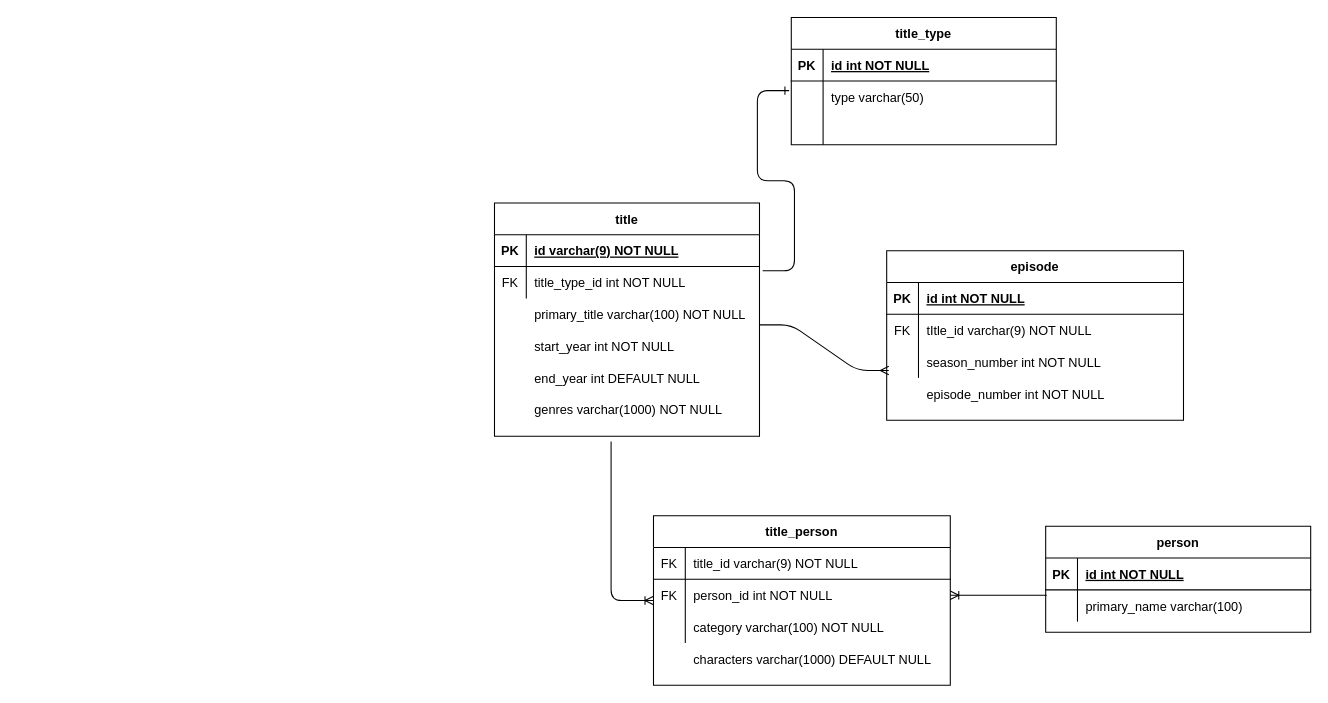
Before: doc/diagrams/Reseña_DER.drawio in nicoruiz/DesApp-Grupo-A-012021-backend, a draw.io diagram. Source tidied: cells renumbered, new cells numbered last; positions are measured from the earlier drawing's top-left corner, leaving out a move shared by most shapes. Both pictures are drawn from the tidied source at 106%, with x=0, y=0 at pixel (494, 17).
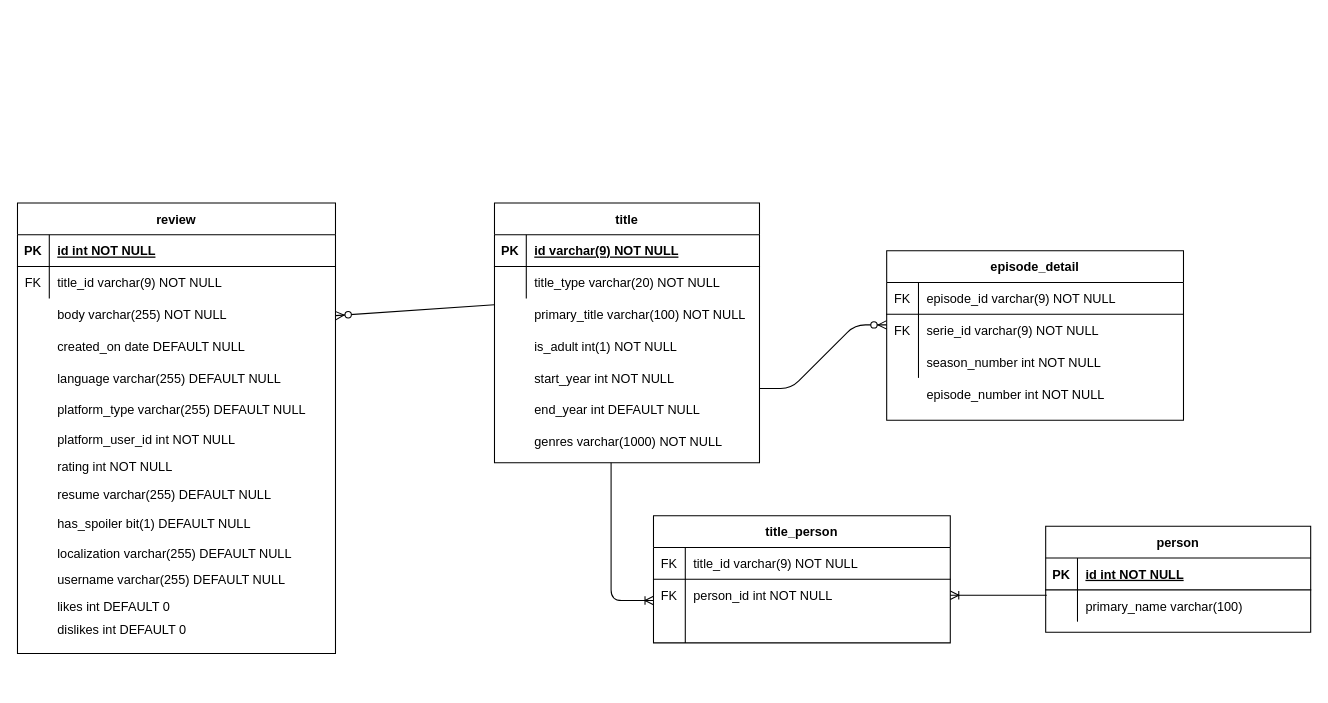
The same page after the edit.

Unchanged cells that the change refers to:
```xml
<mxCell id="23" style="shape=partialRectangle;fillColor=none;points=[[0,0.5],[1,0.5]];portConstraint=eastwest;top=0;left=0;right=0;bottom=0;" parent="19" vertex="1">
  <mxGeometry y="60" width="250" height="30" as="geometry" />
</mxCell>
<mxCell id="39" style="shape=partialRectangle;fillColor=none;top=0;left=0;right=0;bottom=0;" parent="32" vertex="1">
  <mxGeometry y="90" width="280" height="30" as="geometry" />
</mxCell>
<mxCell id="47" style="shape=partialRectangle;fillColor=none;top=0;left=0;right=0;bottom=1;" parent="46" vertex="1">
  <mxGeometry y="30" width="280" height="30" as="geometry" />
</mxCell>
<mxCell id="50" style="shape=partialRectangle;fillColor=none;top=0;left=0;right=0;bottom=0;" parent="46" vertex="1">
  <mxGeometry y="60" width="280" height="30" as="geometry" />
</mxCell>
<mxCell id="53" style="shape=partialRectangle;fillColor=none;points=[[0,0.5],[1,0.5]];portConstraint=eastwest;top=0;left=0;right=0;bottom=0;" parent="46" vertex="1">
  <mxGeometry y="90" width="280" height="30" as="geometry" />
</mxCell>
```

Diff of the diagram source:
```diff
@@
-    <mxCell id="2" value="title_type" style="shape=table;startSize=30;childLayout=tableLayout;rowLines=0;fontStyle=1;align=center;" parent="1" vertex="1">
-      <mxGeometry x="280" width="250" height="120" as="geometry" />
-    </mxCell>
-    <mxCell id="3" style="shape=partialRectangle;fillColor=none;top=0;left=0;right=0;bottom=1;" parent="2" vertex="1">
-      <mxGeometry y="30" width="250" height="30" as="geometry" />
-    </mxCell>
-    <mxCell id="4" value="PK" style="shape=partialRectangle;overflow=hidden;fillColor=none;top=0;left=0;bottom=0;right=0;fontStyle=1;" parent="3" vertex="1">
-      <mxGeometry width="30" height="30" as="geometry" />
-    </mxCell>
-    <mxCell id="5" value="id int NOT NULL" style="shape=partialRectangle;overflow=hidden;fillColor=none;top=0;left=0;bottom=0;right=0;align=left;spacingLeft=6;fontStyle=5;" parent="3" vertex="1">
-      <mxGeometry x="30" width="220" height="30" as="geometry" />
-    </mxCell>
-    <mxCell id="6" style="shape=partialRectangle;fillColor=none;points=[[0,0.5],[1,0.5]];portConstraint=eastwest;top=0;left=0;right=0;bottom=0;" parent="2" vertex="1">
-      <mxGeometry y="60" width="250" height="30" as="geometry" />
-    </mxCell>
-    <mxCell id="7" style="shape=partialRectangle;overflow=hidden;fillColor=none;top=0;left=0;bottom=0;right=0;" parent="6" vertex="1">
-      <mxGeometry width="30" height="30" as="geometry" />
-    </mxCell>
-    <mxCell id="8" value="type varchar(50)" style="shape=partialRectangle;overflow=hidden;fillColor=none;top=0;left=0;bottom=0;right=0;align=left;spacingLeft=6;" parent="6" vertex="1">
-      <mxGeometry x="30" width="220" height="30" as="geometry" />
-    </mxCell>
-    <mxCell id="9" style="shape=partialRectangle;fillColor=none;top=0;left=0;right=0;bottom=0;" parent="2" vertex="1">
-      <mxGeometry y="90" width="250" height="30" as="geometry" />
-    </mxCell>
-    <mxCell id="10" style="shape=partialRectangle;overflow=hidden;fillColor=none;top=0;left=0;bottom=0;right=0;" parent="9" vertex="1">
-      <mxGeometry width="30" height="30" as="geometry" />
-    </mxCell>
-    <mxCell id="11" style="shape=partialRectangle;overflow=hidden;fillColor=none;top=0;left=0;bottom=0;right=0;align=left;spacingLeft=6;" parent="9" vertex="1">
-      <mxGeometry x="30" width="220" height="30" as="geometry" />
-    </mxCell>
@@
     <mxCell id="19" value="title" style="shape=table;startSize=30;childLayout=tableLayout;rowLines=0;fontStyle=1;align=center;" parent="1" vertex="1">
-      <mxGeometry y="175" width="250" height="220" as="geometry" />
+      <mxGeometry y="175" width="250" height="245" as="geometry" />
     </mxCell>
@@
-    <mxCell id="25" value="title_type_id int NOT NULL" style="shape=partialRectangle;overflow=hidden;fillColor=none;top=0;left=0;bottom=0;right=0;align=left;spacingLeft=6;" parent="23" vertex="1">
+    <mxCell id="25" value="title_type varchar(20) NOT NULL" style="shape=partialRectangle;overflow=hidden;fillColor=none;top=0;left=0;bottom=0;right=0;align=left;spacingLeft=6;" parent="23" vertex="1">
       <mxGeometry x="30" width="220" height="30" as="geometry" />
     </mxCell>
@@
     <mxCell id="27" value="start_year int NOT NULL" style="shape=partialRectangle;overflow=hidden;fillColor=none;top=0;left=0;bottom=0;right=0;align=left;spacingLeft=6;" parent="1" vertex="1">
-      <mxGeometry x="30" y="295" width="220" height="30" as="geometry" />
+      <mxGeometry x="30" y="325" width="220" height="30" as="geometry" />
     </mxCell>
     <mxCell id="28" value="end_year int DEFAULT NULL" style="shape=partialRectangle;overflow=hidden;fillColor=none;top=0;left=0;bottom=0;right=0;align=left;spacingLeft=6;" parent="1" vertex="1">
-      <mxGeometry x="30" y="325" width="220" height="30" as="geometry" />
+      <mxGeometry x="30" y="355" width="220" height="30" as="geometry" />
     </mxCell>
     <mxCell id="29" value="genres varchar(1000) NOT NULL" style="shape=partialRectangle;overflow=hidden;fillColor=none;top=0;left=0;bottom=0;right=0;align=left;spacingLeft=6;" parent="1" vertex="1">
-      <mxGeometry x="30" y="355" width="220" height="30" as="geometry" />
+      <mxGeometry x="30" y="385" width="220" height="30" as="geometry" />
     </mxCell>
-    <mxCell id="30" value="FK" style="shape=partialRectangle;overflow=hidden;fillColor=none;top=0;left=0;bottom=0;right=0;fontStyle=0;" parent="1" vertex="1">
-      <mxGeometry y="235" width="30" height="30" as="geometry" />
-    </mxCell>
-    <mxCell id="31" style="edgeStyle=entityRelationEdgeStyle;fontSize=12;html=1;endArrow=ERone;endFill=1;entryX=-0.008;entryY=0.3;entryDx=0;entryDy=0;entryPerimeter=0;exitX=1.012;exitY=0.133;exitDx=0;exitDy=0;exitPerimeter=0;" parent="1" edge="1" source="23" target="6">
-      <mxGeometry relative="1" as="geometry" />
-    </mxCell>
     <mxCell id="32" value="title_person" style="shape=table;startSize=30;childLayout=tableLayout;rowLines=0;fontStyle=1;align=center;" parent="1" vertex="1">
-      <mxGeometry x="150" y="470" width="280" height="160" as="geometry" />
+      <mxGeometry x="150" y="470" width="280" height="120" as="geometry" />
     </mxCell>
@@
-    <mxCell id="41" value="category varchar(100) NOT NULL" style="shape=partialRectangle;overflow=hidden;fillColor=none;top=0;left=0;bottom=0;right=0;align=left;spacingLeft=6;" parent="39" vertex="1">
+    <mxCell id="41" style="shape=partialRectangle;overflow=hidden;fillColor=none;top=0;left=0;bottom=0;right=0;align=left;spacingLeft=6;" parent="39" vertex="1">
       <mxGeometry x="30" width="250" height="30" as="geometry" />
     </mxCell>
@@
     <mxCell id="43" style="fontSize=12;html=1;endArrow=ERoneToMany;edgeStyle=orthogonalEdgeStyle;" parent="1" edge="1">
       <mxGeometry relative="1" as="geometry">
-        <mxPoint x="110" y="400" as="sourcePoint" />
+        <mxPoint x="110" y="420" as="sourcePoint" />
         <mxPoint x="150" y="550" as="targetPoint" />
         <Array as="points">
           <mxPoint x="110" y="470" />
           <mxPoint x="110" y="470" />
         </Array>
       </mxGeometry>
     </mxCell>
@@
-    <mxCell id="45" value="characters varchar(1000) DEFAULT NULL" style="shape=partialRectangle;overflow=hidden;fillColor=none;top=0;left=0;bottom=0;right=0;align=left;spacingLeft=6;" parent="1" vertex="1">
-      <mxGeometry x="180" y="590" width="250" height="30" as="geometry" />
-    </mxCell>
-    <mxCell id="46" value="episode" style="shape=table;startSize=30;childLayout=tableLayout;rowLines=0;fontStyle=1;align=center;" parent="1" vertex="1">
+    <mxCell id="46" value="episode_detail" style="shape=table;startSize=30;childLayout=tableLayout;rowLines=0;fontStyle=1;align=center;" parent="1" vertex="1">
       <mxGeometry x="370" y="220" width="280" height="160" as="geometry" />
     </mxCell>
@@
-    <mxCell id="48" value="PK" style="shape=partialRectangle;overflow=hidden;fillColor=none;top=0;left=0;bottom=0;right=0;fontStyle=1;" parent="47" vertex="1">
+    <mxCell id="48" style="shape=partialRectangle;overflow=hidden;fillColor=none;top=0;left=0;bottom=0;right=0;fontStyle=1;" parent="47" vertex="1">
       <mxGeometry width="30" height="30" as="geometry" />
     </mxCell>
-    <mxCell id="49" value="id int NOT NULL" style="shape=partialRectangle;overflow=hidden;fillColor=none;top=0;left=0;bottom=0;right=0;align=left;spacingLeft=6;fontStyle=5;" parent="47" vertex="1">
+    <mxCell id="49" style="shape=partialRectangle;overflow=hidden;fillColor=none;top=0;left=0;bottom=0;right=0;align=left;spacingLeft=6;fontStyle=5;" parent="47" vertex="1">
       <mxGeometry x="30" width="250" height="30" as="geometry" />
     </mxCell>
@@
-    <mxCell id="52" value="tItle_id varchar(9) NOT NULL" style="shape=partialRectangle;overflow=hidden;fillColor=none;top=0;left=0;bottom=0;right=0;align=left;spacingLeft=6;" parent="50" vertex="1">
+    <mxCell id="52" value="serie_id varchar(9) NOT NULL" style="shape=partialRectangle;overflow=hidden;fillColor=none;top=0;left=0;bottom=0;right=0;align=left;spacingLeft=6;" parent="50" vertex="1">
       <mxGeometry x="30" width="250" height="30" as="geometry" />
     </mxCell>
@@
-    <mxCell id="58" style="edgeStyle=entityRelationEdgeStyle;fontSize=12;html=1;endArrow=ERmany;entryX=0.007;entryY=0.767;entryDx=0;entryDy=0;entryPerimeter=0;" parent="1" edge="1" target="53">
-      <mxGeometry relative="1" as="geometry">
-        <mxPoint x="250" y="290" as="sourcePoint" />
-      </mxGeometry>
-    </mxCell>
+    <mxCell id="59" value="is_adult int(1) NOT NULL" style="shape=partialRectangle;overflow=hidden;fillColor=none;top=0;left=0;bottom=0;right=0;align=left;spacingLeft=6;" parent="1" vertex="1">
+      <mxGeometry x="30" y="295" width="220" height="30" as="geometry" />
+    </mxCell>
+    <mxCell id="60" value="FK" style="shape=partialRectangle;overflow=hidden;fillColor=none;top=0;left=0;bottom=0;right=0;fontStyle=0;" parent="1" vertex="1">
+      <mxGeometry x="370" y="250" width="30" height="30" as="geometry" />
+    </mxCell>
+    <mxCell id="61" value="episode_id varchar(9) NOT NULL" style="shape=partialRectangle;overflow=hidden;fillColor=none;top=0;left=0;bottom=0;right=0;align=left;spacingLeft=6;" parent="1" vertex="1">
+      <mxGeometry x="400" y="250" width="250" height="30" as="geometry" />
+    </mxCell>
+    <mxCell id="62" style="edgeStyle=entityRelationEdgeStyle;fontSize=12;html=1;endArrow=ERzeroToMany;endFill=1;" parent="1" edge="1">
+      <mxGeometry relative="1" as="geometry">
+        <mxPoint x="250" y="350" as="sourcePoint" />
+        <mxPoint x="370" y="290" as="targetPoint" />
+      </mxGeometry>
+    </mxCell>
+    <mxCell id="63" value="body varchar(255) NOT NULL" style="shape=partialRectangle;overflow=hidden;fillColor=none;top=0;left=0;bottom=0;right=0;align=left;spacingLeft=6;" parent="1" vertex="1">
+      <mxGeometry x="-420" y="265" width="220" height="30" as="geometry" />
+    </mxCell>
+    <mxCell id="64" value="FK" style="shape=partialRectangle;overflow=hidden;fillColor=none;top=0;left=0;bottom=0;right=0;fontStyle=0;" parent="1" vertex="1">
+      <mxGeometry x="-450" y="235" width="30" height="30" as="geometry" />
+    </mxCell>
+    <mxCell id="65" value="created_on date DEFAULT NULL" style="shape=partialRectangle;overflow=hidden;fillColor=none;top=0;left=0;bottom=0;right=0;align=left;spacingLeft=6;" parent="1" vertex="1">
+      <mxGeometry x="-420" y="295" width="220" height="30" as="geometry" />
+    </mxCell>
+    <mxCell id="66" value="language varchar(255) DEFAULT NULL" style="shape=partialRectangle;overflow=hidden;fillColor=none;top=0;left=0;bottom=0;right=0;align=left;spacingLeft=6;" parent="1" vertex="1">
+      <mxGeometry x="-420" y="325" width="220" height="30" as="geometry" />
+    </mxCell>
+    <mxCell id="67" value="platform_type varchar(255) DEFAULT NULL" style="shape=partialRectangle;overflow=hidden;fillColor=none;top=0;left=0;bottom=0;right=0;align=left;spacingLeft=6;" parent="1" vertex="1">
+      <mxGeometry x="-420" y="355" width="260" height="30" as="geometry" />
+    </mxCell>
+    <mxCell id="68" value="platform_user_id int NOT NULL" style="shape=partialRectangle;overflow=hidden;fillColor=none;top=0;left=0;bottom=0;right=0;align=left;spacingLeft=6;" parent="1" vertex="1">
+      <mxGeometry x="-420" y="388" width="270" height="20" as="geometry" />
+    </mxCell>
+    <mxCell id="69" value="rating int NOT NULL" style="shape=partialRectangle;overflow=hidden;fillColor=none;top=0;left=0;bottom=0;right=0;align=left;spacingLeft=6;" parent="1" vertex="1">
+      <mxGeometry x="-420" y="408" width="270" height="30" as="geometry" />
+    </mxCell>
+    <mxCell id="70" value="resume varchar(255) DEFAULT NULL" style="shape=partialRectangle;overflow=hidden;fillColor=none;top=0;left=0;bottom=0;right=0;align=left;spacingLeft=6;" parent="1" vertex="1">
+      <mxGeometry x="-420" y="435" width="270" height="30" as="geometry" />
+    </mxCell>
+    <mxCell id="71" value="has_spoiler bit(1) DEFAULT NULL" style="shape=partialRectangle;overflow=hidden;fillColor=none;top=0;left=0;bottom=0;right=0;align=left;spacingLeft=6;" parent="1" vertex="1">
+      <mxGeometry x="-420" y="462" width="270" height="30" as="geometry" />
+    </mxCell>
+    <mxCell id="72" value="review" style="shape=table;startSize=30;childLayout=tableLayout;rowLines=0;fontStyle=1;align=center;" parent="1" vertex="1">
+      <mxGeometry x="-450" y="175" width="300" height="425" as="geometry" />
+    </mxCell>
+    <mxCell id="73" style="shape=partialRectangle;fillColor=none;top=0;left=0;right=0;bottom=1;" parent="72" vertex="1">
+      <mxGeometry y="30" width="300" height="30" as="geometry" />
+    </mxCell>
+    <mxCell id="4" value="PK" style="shape=partialRectangle;overflow=hidden;fillColor=none;top=0;left=0;bottom=0;right=0;fontStyle=1;" parent="73" vertex="1">
+      <mxGeometry width="30" height="30" as="geometry" />
+    </mxCell>
+    <mxCell id="5" value="id int NOT NULL" style="shape=partialRectangle;overflow=hidden;fillColor=none;top=0;left=0;bottom=0;right=0;align=left;spacingLeft=6;fontStyle=5;" parent="73" vertex="1">
+      <mxGeometry x="30" width="270" height="30" as="geometry" />
+    </mxCell>
+    <mxCell id="74" style="shape=partialRectangle;fillColor=none;top=0;left=0;right=0;bottom=0;" parent="72" vertex="1">
+      <mxGeometry y="60" width="300" height="30" as="geometry" />
+    </mxCell>
+    <mxCell id="75" style="shape=partialRectangle;overflow=hidden;fillColor=none;top=0;left=0;bottom=0;right=0;" parent="74" vertex="1">
+      <mxGeometry width="30" height="30" as="geometry" />
+    </mxCell>
+    <mxCell id="76" value="title_id varchar(9) NOT NULL" style="shape=partialRectangle;overflow=hidden;fillColor=none;top=0;left=0;bottom=0;right=0;align=left;spacingLeft=6;" parent="74" vertex="1">
+      <mxGeometry x="30" width="270" height="30" as="geometry" />
+    </mxCell>
+    <mxCell id="77" value="localization varchar(255) DEFAULT NULL" style="shape=partialRectangle;overflow=hidden;fillColor=none;top=0;left=0;bottom=0;right=0;align=left;spacingLeft=6;" parent="1" vertex="1">
+      <mxGeometry x="-420" y="490" width="270" height="30" as="geometry" />
+    </mxCell>
+    <mxCell id="78" value="username varchar(255) DEFAULT NULL" style="shape=partialRectangle;overflow=hidden;fillColor=none;top=0;left=0;bottom=0;right=0;align=left;spacingLeft=6;" parent="1" vertex="1">
+      <mxGeometry x="-420" y="515" width="270" height="30" as="geometry" />
+    </mxCell>
+    <mxCell id="79" style="fontSize=12;html=1;endArrow=ERzeroToMany;endFill=1;elbow=vertical;entryX=1;entryY=0.25;entryDx=0;entryDy=0;" parent="1" edge="1" target="72">
+      <mxGeometry relative="1" as="geometry">
+        <mxPoint y="271" as="sourcePoint" />
+      </mxGeometry>
+    </mxCell>
+    <mxCell id="80" value="likes int DEFAULT 0" style="shape=partialRectangle;overflow=hidden;fillColor=none;top=0;left=0;bottom=0;right=0;align=left;spacingLeft=6;" parent="1" vertex="1">
+      <mxGeometry x="-420" y="540" width="270" height="30" as="geometry" />
+    </mxCell>
+    <mxCell id="81" value="dislikes int DEFAULT 0" style="shape=partialRectangle;overflow=hidden;fillColor=none;top=0;left=0;bottom=0;right=0;align=left;spacingLeft=6;" parent="1" vertex="1">
+      <mxGeometry x="-420" y="562" width="270" height="30" as="geometry" />
+    </mxCell>
```
